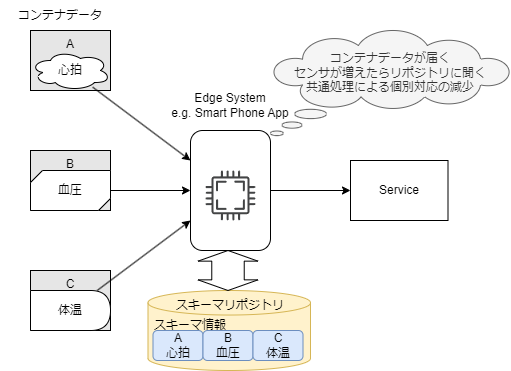
Earlier version of the draw.io export docs/spec_guide/basic_after.drawio.png (data-container-for-wearable-sensor/StartGuide). Source tidied: cells renumbered, new cells last; positions are measured from the earlier drawing's top-left corner, leaving out a move shared by most shapes.
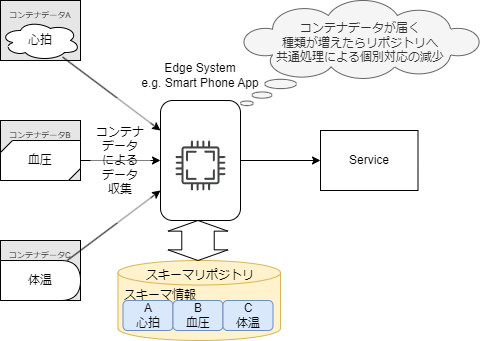
Later version of the same file.

Diff of the diagram source:
```diff
@@ -2,13 +2,13 @@
   <root>
     <mxCell id="0" />
     <mxCell id="1" parent="0" />
-    <mxCell id="2" value="C" style="rounded=0;whiteSpace=wrap;html=1;verticalAlign=top;align=center;fillColor=#E6E6E6;" parent="1" vertex="1">
+    <mxCell id="2" value="&lt;font style=&quot;font-size: 8px;&quot;&gt;コンテナデータC&lt;/font&gt;" style="rounded=0;whiteSpace=wrap;html=1;verticalAlign=top;align=center;fillColor=#E6E6E6;" parent="1" vertex="1">
       <mxGeometry x="30" y="270" width="80" height="60" as="geometry" />
     </mxCell>
-    <mxCell id="3" value="B" style="rounded=0;whiteSpace=wrap;html=1;verticalAlign=top;align=center;fillColor=#E6E6E6;" parent="1" vertex="1">
+    <mxCell id="3" value="&lt;font style=&quot;font-size: 8px;&quot;&gt;コンテナデータB&lt;/font&gt;" style="rounded=0;whiteSpace=wrap;html=1;verticalAlign=top;align=center;fillColor=#E6E6E6;" parent="1" vertex="1">
       <mxGeometry x="30" y="150" width="80" height="60" as="geometry" />
     </mxCell>
-    <mxCell id="4" value="A" style="rounded=0;whiteSpace=wrap;html=1;verticalAlign=top;align=center;fillColor=#E6E6E6;" parent="1" vertex="1">
+    <mxCell id="4" value="&lt;font style=&quot;font-size: 8px;&quot;&gt;コンテナデータA&lt;/font&gt;" style="rounded=0;whiteSpace=wrap;html=1;verticalAlign=top;align=center;fillColor=#E6E6E6;" parent="1" vertex="1">
       <mxGeometry x="30" y="30" width="80" height="60" as="geometry" />
     </mxCell>
     <mxCell id="5" style="edgeStyle=none;html=1;" parent="1" edge="1" source="6" target="20">
@@ -65,10 +65,10 @@
     <mxCell id="22" value="スキーマ情報" style="text;html=1;strokeColor=none;fillColor=none;align=center;verticalAlign=middle;whiteSpace=wrap;rounded=0;" parent="1" vertex="1">
       <mxGeometry x="130" y="310" width="120" height="30" as="geometry" />
     </mxCell>
-    <mxCell id="23" value="コンテナデータ" style="text;html=1;strokeColor=none;fillColor=none;align=center;verticalAlign=middle;whiteSpace=wrap;rounded=0;" parent="1" vertex="1">
-      <mxGeometry width="120" height="30" as="geometry" />
+    <mxCell id="23" value="コンテナ&lt;br&gt;データ&lt;br&gt;による&lt;br&gt;データ&lt;br&gt;収集" style="text;html=1;strokeColor=none;fillColor=#FFFFFF80;align=center;verticalAlign=middle;whiteSpace=wrap;rounded=0;gradientColor=none;" parent="1" vertex="1">
+      <mxGeometry x="120" y="127.5" width="60" height="125" as="geometry" />
     </mxCell>
-    <mxCell id="24" value="&lt;br&gt;コンテナデータが届く&lt;br&gt;センサが増えたらリポジトリに聞く&lt;br&gt;共通処理による個別対応の減少" style="whiteSpace=wrap;html=1;shape=mxgraph.basic.cloud_callout;fillColor=#f5f5f5;verticalAlign=top;fontColor=#333333;strokeColor=#666666;" parent="1" vertex="1">
+    <mxCell id="24" value="&lt;br&gt;コンテナデータが届く&lt;br&gt;種類が増えたらリポジトリへ&lt;br&gt;共通処理による個別対応の減少" style="whiteSpace=wrap;html=1;shape=mxgraph.basic.cloud_callout;fillColor=#f5f5f5;verticalAlign=top;fontColor=#333333;strokeColor=#666666;" parent="1" vertex="1">
       <mxGeometry x="270" y="30" width="240" height="105" as="geometry" />
     </mxCell>
     <mxCell id="25" style="sketch=0;shadow=0;dashed=0;html=1;strokeColor=none;fillColor=#434445;labelPosition=center;verticalLabelPosition=bottom;verticalAlign=top;align=center;shape=mxgraph.vvd.cpu;" parent="1" vertex="1">
```
